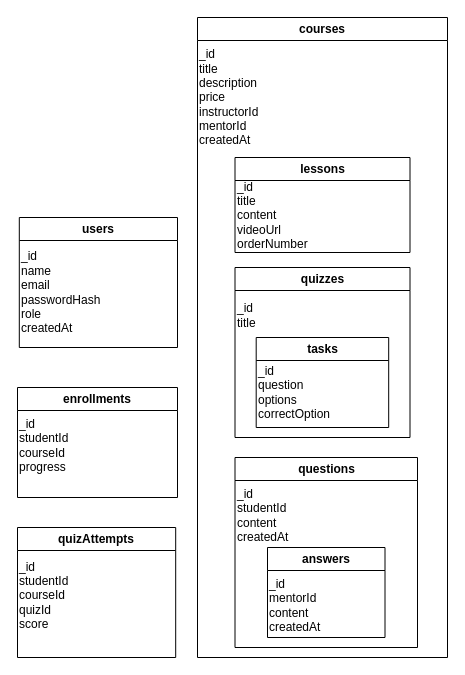
This is Диаграмма без названия.drawio from abekpaye/abstract-factory-pattern, a draw.io file, before an edit. Source tidied: cells renumbered, new cells numbered last; positions are measured from the earlier drawing's top-left corner, leaving out a move shared by most shapes. Both pictures are drawn from the tidied source at 100%, with x=0, y=0 at pixel (17, 17).
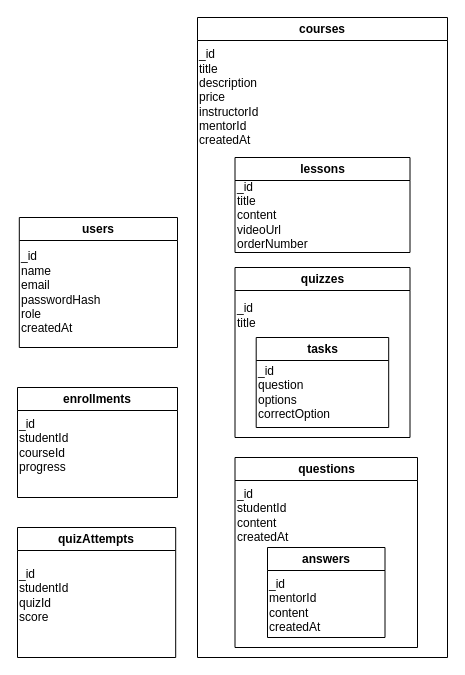
The same page after the edit.

The edit, as a diff of the source:
```diff
@@
 <mxGraphModel>
   <root>
     <mxCell id="0" />
     <mxCell id="1" parent="0" />
     <mxCell id="2" value="users" style="swimlane;whiteSpace=wrap;html=1;" parent="1" vertex="1">
       <mxGeometry x="1.8" y="200" width="158.2" height="130" as="geometry" />
     </mxCell>
     <mxCell id="3" value="_id&lt;div&gt;name&lt;/div&gt;&lt;div&gt;email&lt;/div&gt;&lt;div&gt;passwordHash&lt;/div&gt;&lt;div&gt;role&lt;/div&gt;&lt;div&gt;createdAt&lt;/div&gt;" style="text;html=1;whiteSpace=wrap;strokeColor=none;fillColor=none;align=left;verticalAlign=middle;rounded=0;" parent="2" vertex="1">
       <mxGeometry y="25" width="120" height="100" as="geometry" />
     </mxCell>
     <mxCell id="4" value="courses" style="swimlane;whiteSpace=wrap;html=1;" parent="1" vertex="1">
       <mxGeometry x="180" width="250" height="640" as="geometry" />
     </mxCell>
     <mxCell id="5" value="_id&lt;div&gt;title&lt;/div&gt;&lt;div&gt;description&lt;br&gt;&lt;/div&gt;&lt;div&gt;price&lt;br&gt;&lt;/div&gt;&lt;div&gt;instructorId&lt;/div&gt;&lt;div&gt;mentorId&lt;/div&gt;&lt;div&gt;createdAt&lt;/div&gt;" style="text;html=1;whiteSpace=wrap;strokeColor=none;fillColor=none;align=left;verticalAlign=middle;rounded=0;" parent="4" vertex="1">
       <mxGeometry y="30" width="250" height="100" as="geometry" />
     </mxCell>
     <mxCell id="6" value="lessons" style="swimlane;whiteSpace=wrap;html=1;" parent="4" vertex="1">
       <mxGeometry x="37.5" y="140" width="175" height="95" as="geometry" />
     </mxCell>
     <mxCell id="7" value="&lt;div&gt;_id&lt;br&gt;&lt;/div&gt;title&lt;br&gt;&lt;div&gt;content&lt;/div&gt;&lt;div&gt;videoUrl&lt;/div&gt;&lt;div&gt;orderNumber&lt;/div&gt;" style="text;html=1;whiteSpace=wrap;strokeColor=none;fillColor=none;align=left;verticalAlign=middle;rounded=0;" parent="6" vertex="1">
       <mxGeometry y="25" width="170" height="65" as="geometry" />
     </mxCell>
     <mxCell id="8" value="quizzes" style="swimlane;whiteSpace=wrap;html=1;" parent="4" vertex="1">
       <mxGeometry x="37.5" y="250" width="175" height="170" as="geometry" />
     </mxCell>
     <mxCell id="9" value="_id&lt;div&gt;title&lt;/div&gt;" style="text;html=1;whiteSpace=wrap;strokeColor=none;fillColor=none;align=left;verticalAlign=middle;rounded=0;" parent="8" vertex="1">
       <mxGeometry y="25" width="100" height="45" as="geometry" />
     </mxCell>
     <mxCell id="10" value="tasks" style="swimlane;whiteSpace=wrap;html=1;" parent="8" vertex="1">
       <mxGeometry x="21.2" y="70" width="132.5" height="90" as="geometry" />
     </mxCell>
     <mxCell id="11" value="&lt;div&gt;_id&lt;br&gt;&lt;/div&gt;question&lt;br&gt;&lt;div&gt;options&lt;br&gt;&lt;div&gt;correctOption&lt;/div&gt;&lt;/div&gt;" style="text;html=1;whiteSpace=wrap;strokeColor=none;fillColor=none;align=left;verticalAlign=middle;rounded=0;" parent="10" vertex="1">
       <mxGeometry y="20" width="80" height="70" as="geometry" />
     </mxCell>
     <mxCell id="12" value="questions" style="swimlane;whiteSpace=wrap;html=1;" parent="4" vertex="1">
       <mxGeometry x="37.5" y="440" width="182.5" height="190" as="geometry" />
     </mxCell>
     <mxCell id="13" value="&lt;div&gt;_id&lt;/div&gt;studentId&lt;br&gt;&lt;div&gt;content&lt;/div&gt;&lt;div&gt;createdAt&lt;/div&gt;" style="text;html=1;whiteSpace=wrap;strokeColor=none;fillColor=none;align=left;verticalAlign=middle;rounded=0;" parent="12" vertex="1">
       <mxGeometry y="25" width="130" height="65" as="geometry" />
     </mxCell>
     <mxCell id="14" value="answers" style="swimlane;whiteSpace=wrap;html=1;" parent="12" vertex="1">
       <mxGeometry x="32.5" y="90" width="117.5" height="90" as="geometry" />
     </mxCell>
     <mxCell id="15" value="&lt;div&gt;_id&lt;br&gt;&lt;/div&gt;mentorId&lt;br&gt;&lt;div&gt;&lt;div&gt;content&lt;/div&gt;&lt;div&gt;createdAt&lt;/div&gt;&lt;/div&gt;" style="text;html=1;whiteSpace=wrap;strokeColor=none;fillColor=none;align=left;verticalAlign=middle;rounded=0;" parent="14" vertex="1">
       <mxGeometry y="25" width="90" height="65" as="geometry" />
     </mxCell>
     <mxCell id="16" value="enrollments" style="swimlane;whiteSpace=wrap;html=1;" parent="1" vertex="1">
       <mxGeometry y="370" width="160" height="110" as="geometry" />
     </mxCell>
     <mxCell id="17" value="_id&lt;div&gt;studentId&lt;/div&gt;&lt;div&gt;courseId&lt;/div&gt;&lt;div&gt;progress&lt;/div&gt;" style="text;html=1;whiteSpace=wrap;strokeColor=none;fillColor=none;align=left;verticalAlign=middle;rounded=0;" parent="16" vertex="1">
       <mxGeometry y="25" width="120" height="65" as="geometry" />
     </mxCell>
     <mxCell id="18" value="quizAttempts" style="swimlane;whiteSpace=wrap;html=1;" parent="1" vertex="1">
       <mxGeometry y="510" width="158.2" height="130" as="geometry" />
     </mxCell>
-    <mxCell id="19" value="_id&lt;div&gt;studentId&lt;/div&gt;&lt;div&gt;courseId&lt;/div&gt;&lt;div&gt;quizId&lt;/div&gt;&lt;div&gt;score&lt;/div&gt;" style="text;html=1;whiteSpace=wrap;strokeColor=none;fillColor=none;align=left;verticalAlign=middle;rounded=0;" parent="18" vertex="1">
+    <mxCell id="19" value="_id&lt;div&gt;studentId&lt;/div&gt;&lt;div&gt;quizId&lt;/div&gt;&lt;div&gt;score&lt;/div&gt;" style="text;html=1;whiteSpace=wrap;strokeColor=none;fillColor=none;align=left;verticalAlign=middle;rounded=0;" parent="18" vertex="1">
       <mxGeometry y="25" width="120" height="85" as="geometry" />
     </mxCell>
   </root>
 </mxGraphModel>
```
